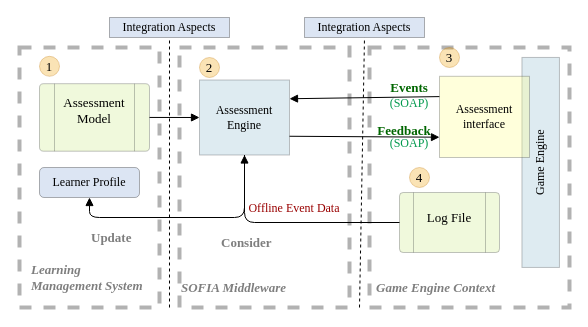
The draw.io diagram page "SOFIA" (3 of 5) of TheModel.drawio in Kibolabs/Diagrams, before the edit. Source tidied: cells renumbered, new cells numbered last; positions are measured from the earlier drawing's top-left corner, leaving out a move shared by most shapes. Both pictures are drawn from the tidied source at 100%, with x=0, y=0 at pixel (19, 17).
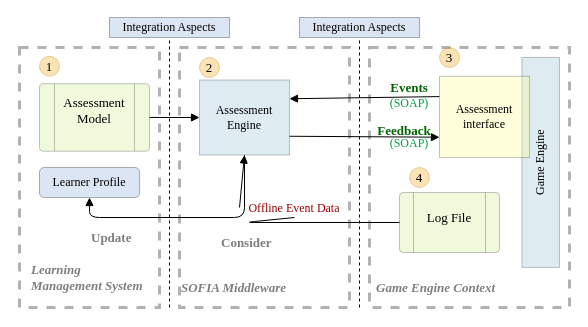
After the change.

Unchanged cells that the change refers to:
```xml
<mxCell id="6" value="Assessment Engine" style="rounded=0;whiteSpace=wrap;html=1;strokeWidth=1;opacity=30;strokeColor=#36393d;fillColor=#92BCD1;fontFamily=Times New Roman;" parent="1" vertex="1">
  <mxGeometry x="180" y="62.5" width="90" height="75" as="geometry" />
</mxCell>
<mxCell id="29" style="verticalLabelPosition=bottom;verticalAlign=top;html=1;shape=process;whiteSpace=wrap;rounded=1;size=0.14;arcSize=6;fontSize=13;strokeWidth=1;fillColor=#cdeb8b;opacity=30;strokeColor=#36393d;fontFamily=Times New Roman;" parent="1" vertex="1">
  <mxGeometry x="380" y="175" width="100" height="60" as="geometry" />
</mxCell>
<mxCell id="35" value="&lt;font color=&quot;#990000&quot; style=&quot;font-size: 12px&quot;&gt;Offline Event Data&lt;/font&gt;" style="text;html=1;strokeColor=none;fillColor=none;align=center;verticalAlign=middle;whiteSpace=wrap;rounded=0;fontSize=13;opacity=30;fontFamily=Times New Roman;" parent="1" vertex="1">
  <mxGeometry x="220" y="180" width="110" height="20" as="geometry" />
</mxCell>
```

Change to the diagram source:
```diff
@@
-    <mxCell id="2" style="rounded=0;whiteSpace=wrap;html=1;dashed=1;strokeWidth=4;perimeterSpacing=0;opacity=30;fontFamily=Times New Roman;" parent="1" vertex="1">
+    <mxCell id="2" style="rounded=0;whiteSpace=wrap;html=1;dashed=1;strokeWidth=3;perimeterSpacing=0;opacity=30;fontFamily=Times New Roman;" parent="1" vertex="1">
       <mxGeometry y="30" width="140" height="260" as="geometry" />
     </mxCell>
-    <mxCell id="3" style="rounded=0;whiteSpace=wrap;html=1;dashed=1;strokeWidth=4;perimeterSpacing=0;opacity=30;fontFamily=Times New Roman;" parent="1" vertex="1">
+    <mxCell id="3" style="rounded=0;whiteSpace=wrap;html=1;dashed=1;strokeWidth=3;perimeterSpacing=0;opacity=30;fontFamily=Times New Roman;" parent="1" vertex="1">
       <mxGeometry x="160" y="30" width="170" height="260" as="geometry" />
     </mxCell>
-    <mxCell id="4" style="rounded=0;whiteSpace=wrap;html=1;dashed=1;strokeWidth=4;perimeterSpacing=0;opacity=30;fontFamily=Times New Roman;" parent="1" vertex="1">
+    <mxCell id="4" style="rounded=0;whiteSpace=wrap;html=1;dashed=1;strokeWidth=3;perimeterSpacing=0;opacity=30;fontFamily=Times New Roman;" parent="1" vertex="1">
       <mxGeometry x="350" y="30" width="200" height="260" as="geometry" />
     </mxCell>
@@
     <mxCell id="9" value="Integration Aspects" style="rounded=0;whiteSpace=wrap;html=1;strokeWidth=1;opacity=30;fillColor=#8BA9D6;fontFamily=Times New Roman;" parent="1" vertex="1">
-      <mxGeometry x="285" width="120" height="20" as="geometry" />
+      <mxGeometry x="280" width="120" height="20" as="geometry" />
     </mxCell>
@@
-    <mxCell id="34" style="html=1;verticalAlign=bottom;endArrow=block;fontSize=13;fillColor=#000000;exitX=0;exitY=0.5;exitDx=0;exitDy=0;entryX=0.5;entryY=1;entryDx=0;entryDy=0;fontFamily=Times New Roman;" parent="1" edge="1" source="29" target="6">
-      <mxGeometry relative="1" as="geometry">
-        <Array as="points">
-          <mxPoint x="225" y="205" />
-        </Array>
-      </mxGeometry>
+    <mxCell id="34" style="html=1;verticalAlign=bottom;endArrow=block;fontSize=13;fillColor=#000000;exitX=0;exitY=0.5;exitDx=0;exitDy=0;entryX=0.5;entryY=1;entryDx=0;entryDy=0;fontFamily=Times New Roman;startArrow=none;" parent="1" edge="1" source="35" target="6">
+      <mxGeometry relative="1" as="geometry" />
     </mxCell>
@@
+    <mxCell id="36" style="html=1;verticalAlign=bottom;endArrow=none;fontSize=13;fillColor=#000000;exitX=0;exitY=0.5;exitDx=0;exitDy=0;entryX=0.5;entryY=1;entryDx=0;entryDy=0;fontFamily=Times New Roman;" parent="1" edge="1" source="29" target="35">
+      <mxGeometry relative="1" as="geometry">
+        <Array as="points">
+          <mxPoint x="225" y="205" />
+        </Array>
+      </mxGeometry>
+    </mxCell>
```
